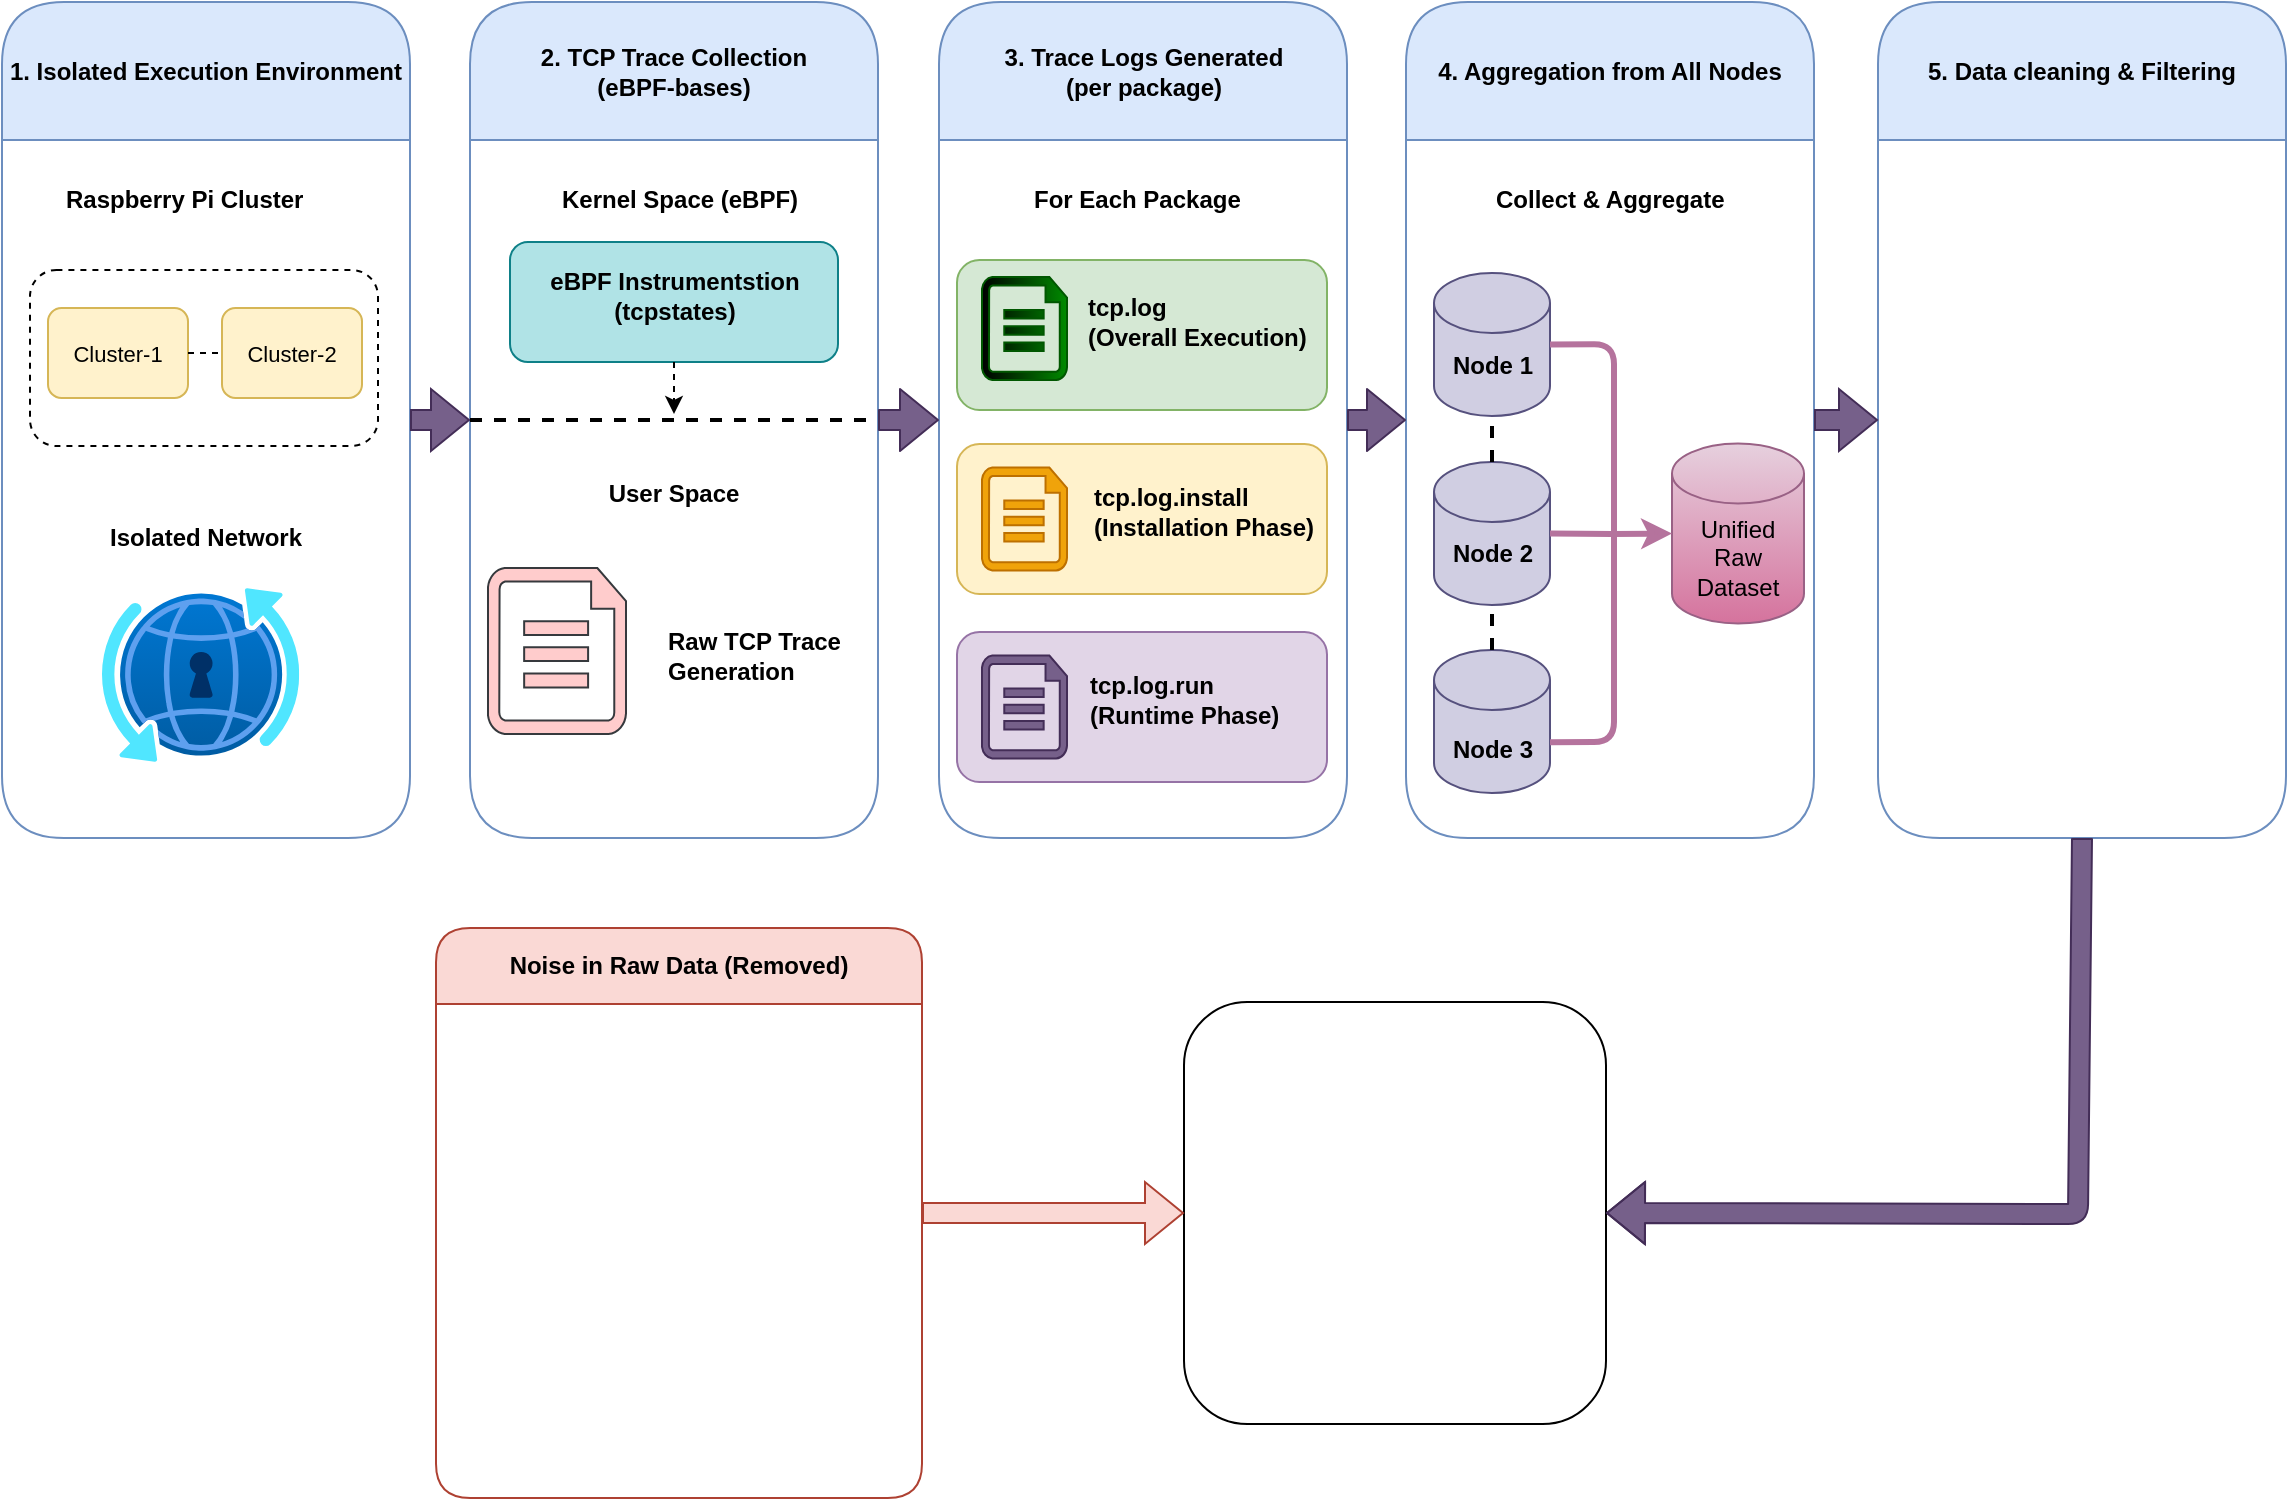
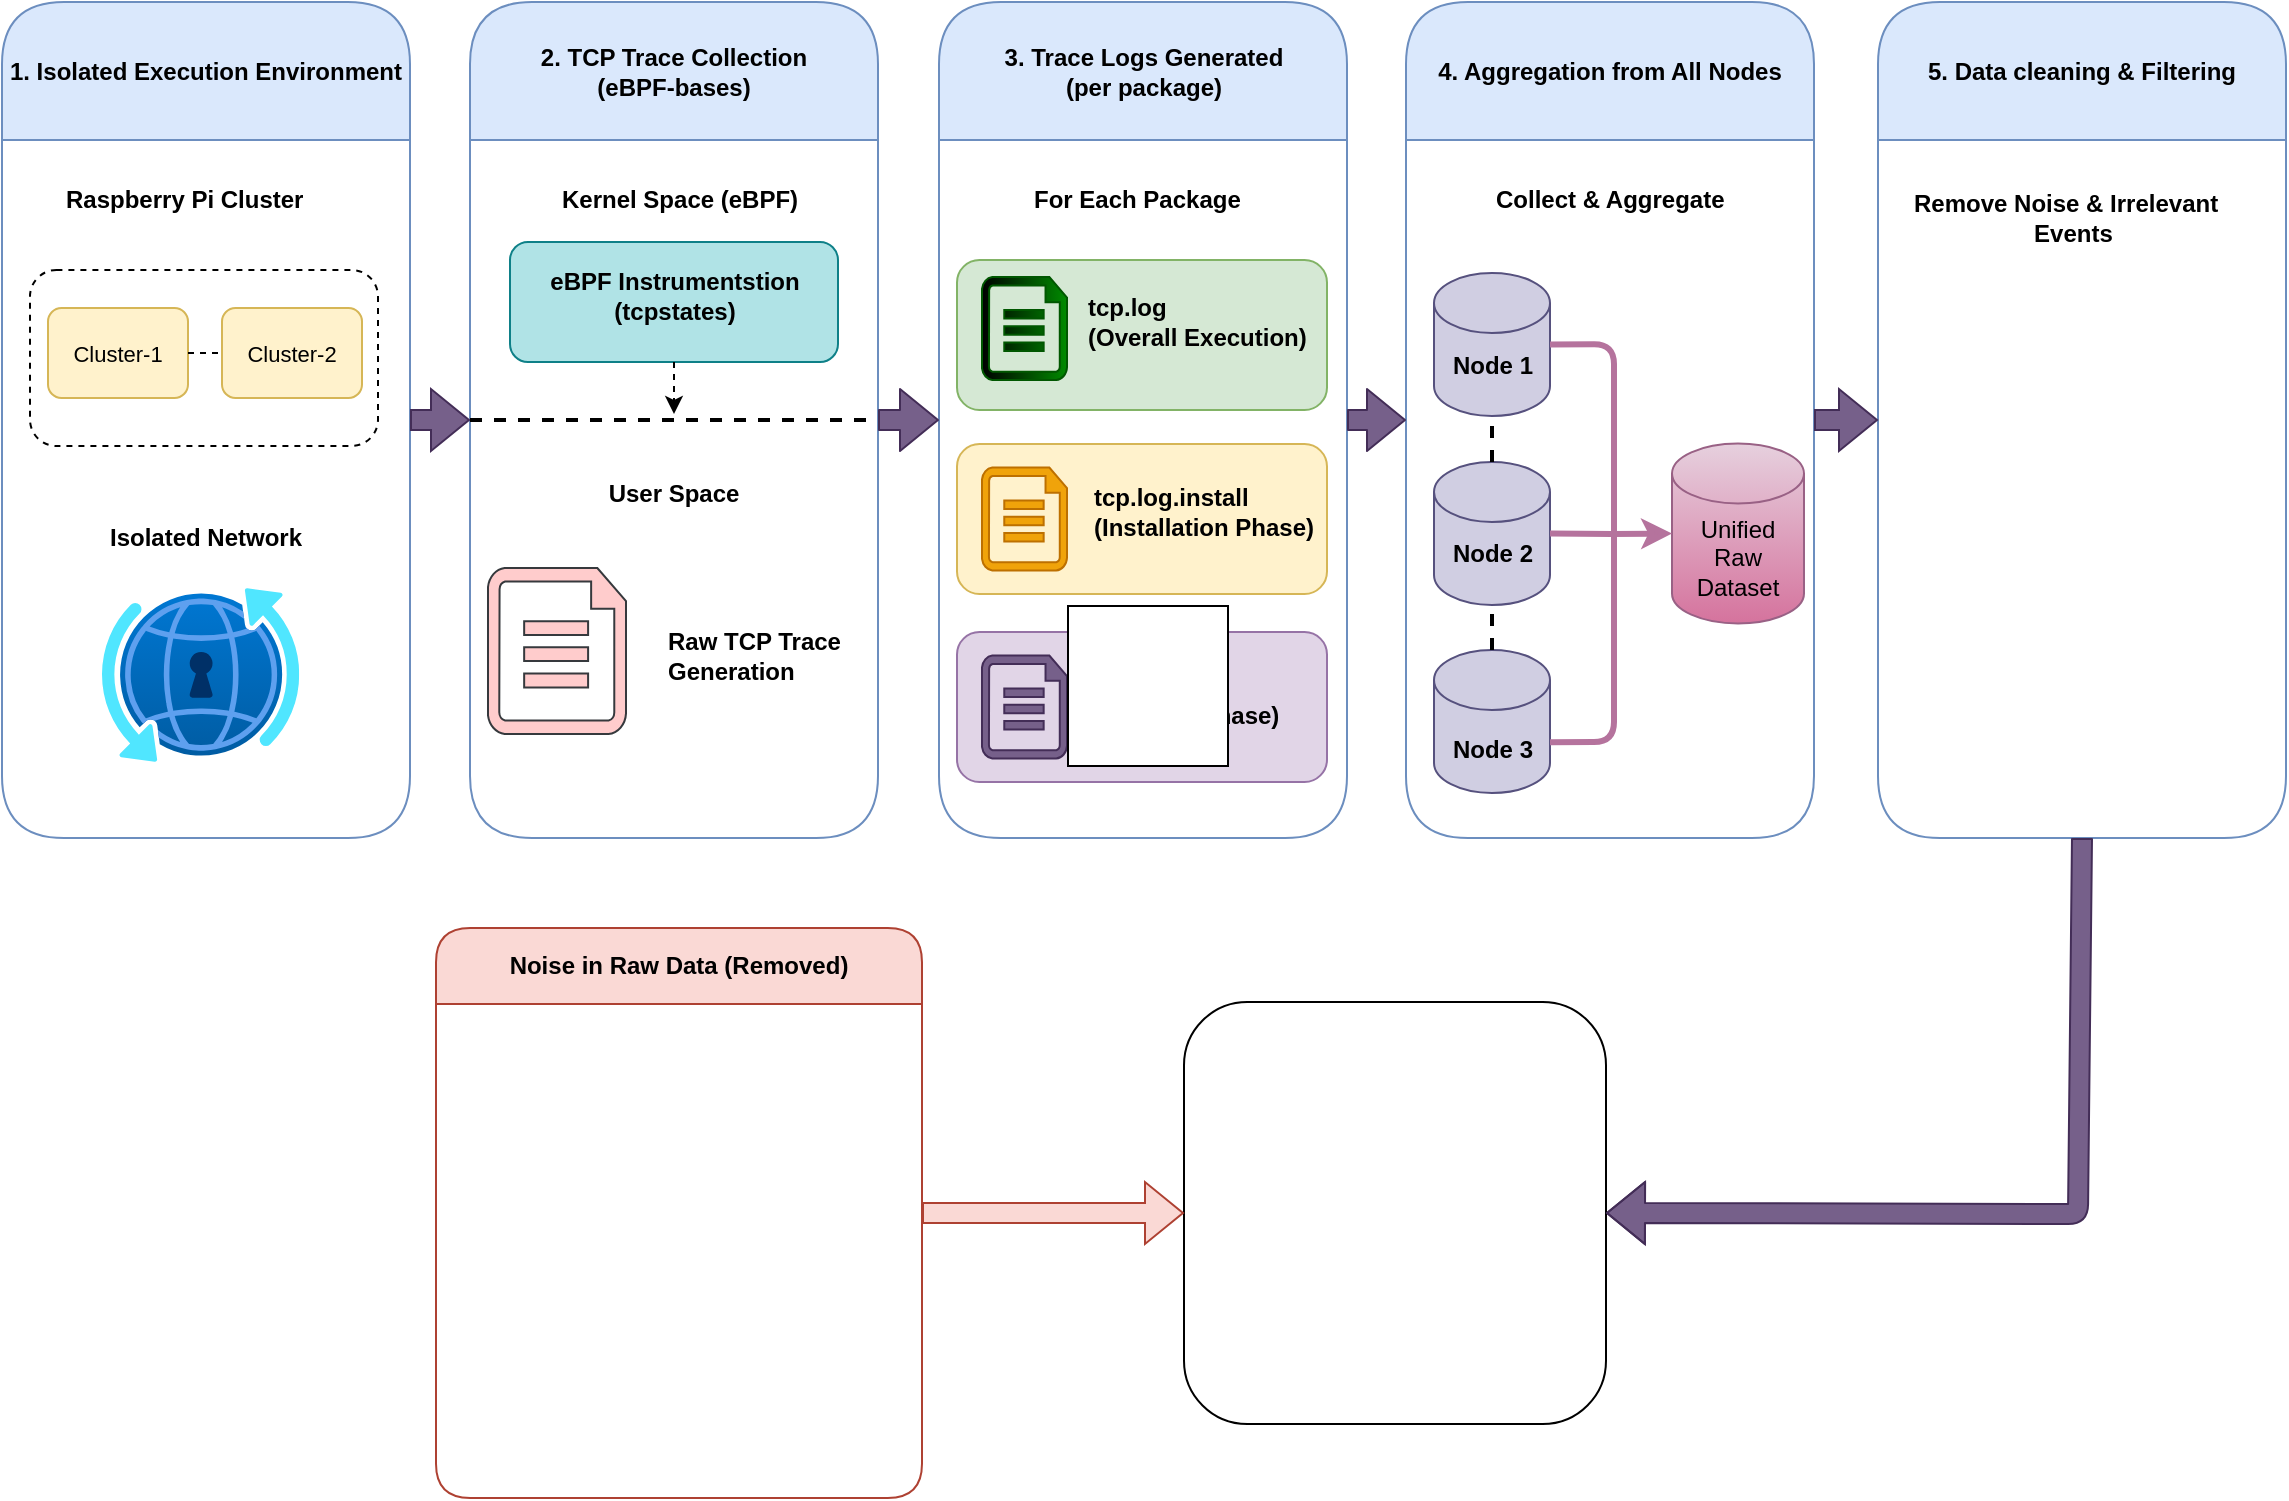
<mxfile host="app.diagrams.net">
  <diagram name="Page-1" id="8kyjSIY6fsYWo43MdOdE">
    <mxGraphModel dx="1406" dy="814" grid="0" gridSize="10" guides="1" tooltips="1" connect="1" arrows="1" fold="1" page="1" pageScale="1" pageWidth="1181" pageHeight="827" background="none" math="0" shadow="0">
      <root>
        <mxCell id="0" />
        <mxCell id="1" parent="0" />
        <mxCell id="yPxf8Ypyw46N0n0ri4En-1" parent="1" style="swimlane;whiteSpace=wrap;html=1;swimlaneFillColor=none;rounded=1;startSize=69;strokeColor=#6c8ebf;fillColor=#dae8fc;" value="1. Isolated Execution Environment" vertex="1">
          <mxGeometry height="418" width="204" x="20" y="29" as="geometry" />
        </mxCell>
        <mxCell id="9OX9V2n5WXdKuxMzRrJa-6" parent="yPxf8Ypyw46N0n0ri4En-1" style="text;strokeColor=none;fillColor=none;align=left;verticalAlign=middle;spacingLeft=4;spacingRight=4;overflow=hidden;points=[[0,0.5],[1,0.5]];portConstraint=eastwest;rotatable=0;whiteSpace=wrap;html=1;" value="&lt;b&gt;Raspberry Pi Cluster&lt;/b&gt;" vertex="1">
          <mxGeometry height="30" width="152" x="26" y="84" as="geometry" />
        </mxCell>
        <mxCell id="9OX9V2n5WXdKuxMzRrJa-7" parent="yPxf8Ypyw46N0n0ri4En-1" style="rounded=1;whiteSpace=wrap;html=1;dashed=1;" value="" vertex="1">
          <mxGeometry height="88" width="174" x="14" y="134" as="geometry" />
        </mxCell>
        <mxCell id="9OX9V2n5WXdKuxMzRrJa-8" parent="yPxf8Ypyw46N0n0ri4En-1" style="rounded=1;whiteSpace=wrap;html=1;fillColor=#fff2cc;strokeColor=#d6b656;" value="" vertex="1">
          <mxGeometry height="45" width="70" x="23" y="153" as="geometry" />
        </mxCell>
        <mxCell id="9OX9V2n5WXdKuxMzRrJa-9" parent="yPxf8Ypyw46N0n0ri4En-1" style="rounded=1;whiteSpace=wrap;html=1;fillColor=#fff2cc;strokeColor=#d6b656;" value="" vertex="1">
          <mxGeometry height="45" width="70" x="110" y="153" as="geometry" />
        </mxCell>
        <mxCell id="9OX9V2n5WXdKuxMzRrJa-10" parent="yPxf8Ypyw46N0n0ri4En-1" style="text;html=1;whiteSpace=wrap;strokeColor=none;fillColor=none;align=center;verticalAlign=middle;rounded=0;" value="&lt;font style=&quot;font-size: 11px;&quot;&gt;Cluster-1&lt;/font&gt;" vertex="1">
          <mxGeometry height="18.5" width="50" x="33" y="166.25" as="geometry" />
        </mxCell>
        <mxCell id="9OX9V2n5WXdKuxMzRrJa-11" parent="yPxf8Ypyw46N0n0ri4En-1" style="text;html=1;whiteSpace=wrap;strokeColor=none;fillColor=none;align=center;verticalAlign=middle;rounded=0;" value="&lt;font style=&quot;font-size: 11px;&quot;&gt;Cluster-2&lt;/font&gt;" vertex="1">
          <mxGeometry height="18.5" width="50" x="120" y="166.25" as="geometry" />
        </mxCell>
        <mxCell id="9OX9V2n5WXdKuxMzRrJa-12" edge="1" parent="yPxf8Ypyw46N0n0ri4En-1" source="9OX9V2n5WXdKuxMzRrJa-8" style="endArrow=none;html=1;rounded=0;exitX=1;exitY=0.5;exitDx=0;exitDy=0;entryX=0;entryY=0.5;entryDx=0;entryDy=0;dashed=1;" target="9OX9V2n5WXdKuxMzRrJa-9" value="">
          <mxGeometry height="50" relative="1" width="50" as="geometry">
            <mxPoint x="545" y="408" as="sourcePoint" />
            <mxPoint x="595" y="358" as="targetPoint" />
          </mxGeometry>
        </mxCell>
        <mxCell id="9OX9V2n5WXdKuxMzRrJa-14" parent="yPxf8Ypyw46N0n0ri4En-1" style="text;strokeColor=none;fillColor=none;align=left;verticalAlign=middle;spacingLeft=4;spacingRight=4;overflow=hidden;points=[[0,0.5],[1,0.5]];portConstraint=eastwest;rotatable=0;whiteSpace=wrap;html=1;" value="&lt;b&gt;Isolated Network&lt;/b&gt;" vertex="1">
          <mxGeometry height="30" width="109" x="47.5" y="253" as="geometry" />
        </mxCell>
        <mxCell id="9OX9V2n5WXdKuxMzRrJa-15" parent="yPxf8Ypyw46N0n0ri4En-1" style="image;aspect=fixed;html=1;points=[];align=center;fontSize=12;image=img/lib/azure2/networking/DNS_Private_Resolver.svg;" value="" vertex="1">
          <mxGeometry height="87" width="98.6" x="50" y="293" as="geometry" />
        </mxCell>
        <mxCell id="yPxf8Ypyw46N0n0ri4En-4" parent="1" style="swimlane;whiteSpace=wrap;html=1;swimlaneFillColor=none;rounded=1;startSize=69;strokeColor=#6c8ebf;fillColor=#dae8fc;" value="2. TCP Trace Collection&lt;div&gt;(eBPF-bases)&lt;/div&gt;" vertex="1">
          <mxGeometry height="418" width="204" x="254" y="29" as="geometry" />
        </mxCell>
        <mxCell id="9OX9V2n5WXdKuxMzRrJa-16" parent="yPxf8Ypyw46N0n0ri4En-4" style="text;strokeColor=none;fillColor=none;align=left;verticalAlign=middle;spacingLeft=4;spacingRight=4;overflow=hidden;points=[[0,0.5],[1,0.5]];portConstraint=eastwest;rotatable=0;whiteSpace=wrap;html=1;" value="&lt;b&gt;Kernel Space (eBPF)&lt;/b&gt;" vertex="1">
          <mxGeometry height="30" width="134" x="40" y="84" as="geometry" />
        </mxCell>
        <mxCell id="9OX9V2n5WXdKuxMzRrJa-20" parent="yPxf8Ypyw46N0n0ri4En-4" style="rounded=1;whiteSpace=wrap;html=1;fillColor=#b0e3e6;strokeColor=#0e8088;" value="" vertex="1">
          <mxGeometry height="60" width="164" x="20" y="120" as="geometry" />
        </mxCell>
        <mxCell id="9OX9V2n5WXdKuxMzRrJa-22" parent="yPxf8Ypyw46N0n0ri4En-4" style="text;html=1;whiteSpace=wrap;strokeColor=none;fillColor=none;align=center;verticalAlign=middle;rounded=0;" value="&lt;b&gt;eBPF Instrumentstion&lt;/b&gt;&lt;div&gt;&lt;b&gt;(tcpstates)&lt;/b&gt;&lt;/div&gt;" vertex="1">
          <mxGeometry height="35" width="133" x="35.5" y="129" as="geometry" />
        </mxCell>
        <mxCell id="9OX9V2n5WXdKuxMzRrJa-23" parent="yPxf8Ypyw46N0n0ri4En-4" style="text;html=1;whiteSpace=wrap;strokeColor=none;fillColor=none;align=center;verticalAlign=middle;rounded=0;" value="&lt;b&gt;User Space&lt;/b&gt;" vertex="1">
          <mxGeometry height="30" width="122" x="41" y="231" as="geometry" />
        </mxCell>
        <mxCell id="9OX9V2n5WXdKuxMzRrJa-24" parent="yPxf8Ypyw46N0n0ri4En-4" style="verticalLabelPosition=bottom;html=1;verticalAlign=top;align=center;shape=mxgraph.azure.cloud_services_configuration_file;pointerEvents=1;fillColor=#ffcccc;strokeColor=#36393d;" value="" vertex="1">
          <mxGeometry height="83" width="69" x="9" y="283" as="geometry" />
        </mxCell>
        <mxCell id="9OX9V2n5WXdKuxMzRrJa-26" parent="yPxf8Ypyw46N0n0ri4En-4" style="text;strokeColor=none;fillColor=none;align=left;verticalAlign=middle;spacingLeft=4;spacingRight=4;overflow=hidden;points=[[0,0.5],[1,0.5]];portConstraint=eastwest;rotatable=0;whiteSpace=wrap;html=1;" value="&lt;b&gt;Raw TCP Trace&lt;/b&gt;&lt;div&gt;&lt;b&gt;Generation&lt;/b&gt;&lt;/div&gt;" vertex="1">
          <mxGeometry height="74" width="99" x="93" y="290" as="geometry" />
        </mxCell>
        <mxCell id="yPxf8Ypyw46N0n0ri4En-5" parent="1" style="swimlane;whiteSpace=wrap;html=1;swimlaneFillColor=none;rounded=1;startSize=69;strokeColor=#6c8ebf;fillColor=#dae8fc;" value="3. Trace Logs Generated&lt;div&gt;(per package)&lt;/div&gt;" vertex="1">
          <mxGeometry height="418" width="204" x="488.5" y="29" as="geometry" />
        </mxCell>
        <mxCell id="9OX9V2n5WXdKuxMzRrJa-17" parent="yPxf8Ypyw46N0n0ri4En-5" style="text;strokeColor=none;fillColor=none;align=left;verticalAlign=middle;spacingLeft=4;spacingRight=4;overflow=hidden;points=[[0,0.5],[1,0.5]];portConstraint=eastwest;rotatable=0;whiteSpace=wrap;html=1;" value="&lt;b&gt;For Each Package&lt;/b&gt;" vertex="1">
          <mxGeometry height="30" width="121.5" x="41.5" y="84" as="geometry" />
        </mxCell>
        <mxCell id="9OX9V2n5WXdKuxMzRrJa-27" parent="yPxf8Ypyw46N0n0ri4En-5" style="rounded=1;whiteSpace=wrap;html=1;fillColor=#d5e8d4;strokeColor=#82b366;" value="" vertex="1">
          <mxGeometry height="75" width="185" x="9" y="129" as="geometry" />
        </mxCell>
        <mxCell id="9OX9V2n5WXdKuxMzRrJa-28" parent="yPxf8Ypyw46N0n0ri4En-5" style="rounded=1;whiteSpace=wrap;html=1;fillColor=#fff2cc;strokeColor=#d6b656;" value="" vertex="1">
          <mxGeometry height="75" width="185" x="9" y="221" as="geometry" />
        </mxCell>
        <mxCell id="9OX9V2n5WXdKuxMzRrJa-29" parent="yPxf8Ypyw46N0n0ri4En-5" style="rounded=1;whiteSpace=wrap;html=1;fillColor=#e1d5e7;strokeColor=#9673a6;" value="" vertex="1">
          <mxGeometry height="75" width="185" x="9" y="315" as="geometry" />
        </mxCell>
        <mxCell id="9OX9V2n5WXdKuxMzRrJa-31" parent="yPxf8Ypyw46N0n0ri4En-5" style="verticalLabelPosition=bottom;html=1;verticalAlign=top;align=center;strokeColor=#005700;fillColor=#008a00;shape=mxgraph.azure.cloud_services_configuration_file;pointerEvents=1;fontColor=#ffffff;shadow=0;gradientColor=default;gradientDirection=west;" value="" vertex="1">
          <mxGeometry height="51.5" width="42.5" x="21.5" y="137.5" as="geometry" />
        </mxCell>
        <mxCell id="9OX9V2n5WXdKuxMzRrJa-32" parent="yPxf8Ypyw46N0n0ri4En-5" style="verticalLabelPosition=bottom;html=1;verticalAlign=top;align=center;strokeColor=#BD7000;fillColor=#f0a30a;shape=mxgraph.azure.cloud_services_configuration_file;pointerEvents=1;fontColor=#000000;shadow=0;gradientDirection=west;" value="" vertex="1">
          <mxGeometry height="51.5" width="42.5" x="21.5" y="232.75" as="geometry" />
        </mxCell>
        <mxCell id="9OX9V2n5WXdKuxMzRrJa-33" parent="yPxf8Ypyw46N0n0ri4En-5" style="verticalLabelPosition=bottom;html=1;verticalAlign=top;align=center;strokeColor=#432D57;fillColor=#76608a;shape=mxgraph.azure.cloud_services_configuration_file;pointerEvents=1;fontColor=#ffffff;shadow=0;gradientDirection=west;" value="" vertex="1">
          <mxGeometry height="51.5" width="42.5" x="21.5" y="326.75" as="geometry" />
        </mxCell>
        <mxCell id="9OX9V2n5WXdKuxMzRrJa-34" parent="yPxf8Ypyw46N0n0ri4En-5" style="text;strokeColor=none;fillColor=none;align=left;verticalAlign=middle;spacingLeft=4;spacingRight=4;overflow=hidden;points=[[0,0.5],[1,0.5]];portConstraint=eastwest;rotatable=0;whiteSpace=wrap;html=1;" value="&lt;b&gt;tcp.log&lt;/b&gt;&lt;div&gt;&lt;b&gt;(Overall Execution)&lt;/b&gt;&lt;/div&gt;" vertex="1">
          <mxGeometry height="44" width="122" x="68" y="137.5" as="geometry" />
        </mxCell>
        <mxCell id="9OX9V2n5WXdKuxMzRrJa-35" parent="yPxf8Ypyw46N0n0ri4En-5" style="text;strokeColor=none;fillColor=none;align=left;verticalAlign=middle;spacingLeft=4;spacingRight=4;overflow=hidden;points=[[0,0.5],[1,0.5]];portConstraint=eastwest;rotatable=0;whiteSpace=wrap;html=1;" value="&lt;b&gt;tcp.log.install&lt;/b&gt;&lt;div&gt;&lt;b&gt;(Installation Phase)&lt;/b&gt;&lt;/div&gt;" vertex="1">
          <mxGeometry height="44" width="121" x="71" y="232.75" as="geometry" />
        </mxCell>
        <mxCell id="9OX9V2n5WXdKuxMzRrJa-36" parent="yPxf8Ypyw46N0n0ri4En-5" style="text;strokeColor=none;fillColor=none;align=left;verticalAlign=middle;spacingLeft=4;spacingRight=4;overflow=hidden;points=[[0,0.5],[1,0.5]];portConstraint=eastwest;rotatable=0;whiteSpace=wrap;html=1;" value="&lt;b&gt;tcp.log.run&lt;/b&gt;&lt;div&gt;&lt;b&gt;(Runtime Phase)&lt;/b&gt;&lt;/div&gt;" vertex="1">
          <mxGeometry height="44" width="119" x="69" y="326.75" as="geometry" />
        </mxCell>
        <mxCell id="yPxf8Ypyw46N0n0ri4En-6" parent="1" style="swimlane;whiteSpace=wrap;html=1;swimlaneFillColor=none;rounded=1;startSize=69;strokeColor=#6c8ebf;fillColor=#dae8fc;" value="4. Aggregation from All Nodes" vertex="1">
          <mxGeometry height="418" width="204" x="722" y="29" as="geometry" />
        </mxCell>
        <mxCell id="9OX9V2n5WXdKuxMzRrJa-37" parent="yPxf8Ypyw46N0n0ri4En-6" style="text;strokeColor=none;fillColor=none;align=left;verticalAlign=middle;spacingLeft=4;spacingRight=4;overflow=hidden;points=[[0,0.5],[1,0.5]];portConstraint=eastwest;rotatable=0;whiteSpace=wrap;html=1;" value="&lt;b&gt;Collect &amp;amp; Aggregate&lt;/b&gt;" vertex="1">
          <mxGeometry height="30" width="125.75" x="39.13" y="84" as="geometry" />
        </mxCell>
        <mxCell id="9OX9V2n5WXdKuxMzRrJa-38" parent="yPxf8Ypyw46N0n0ri4En-6" style="shape=cylinder3;whiteSpace=wrap;html=1;boundedLbl=1;backgroundOutline=1;size=15;fillColor=#d0cee2;strokeColor=#56517e;" value="" vertex="1">
          <mxGeometry height="71.5" width="58" x="14" y="135.5" as="geometry" />
        </mxCell>
        <mxCell id="9OX9V2n5WXdKuxMzRrJa-44" parent="yPxf8Ypyw46N0n0ri4En-6" style="shape=cylinder3;whiteSpace=wrap;html=1;boundedLbl=1;backgroundOutline=1;size=15;fillColor=#d0cee2;strokeColor=#56517e;" value="" vertex="1">
          <mxGeometry height="71.5" width="58" x="14" y="230" as="geometry" />
        </mxCell>
        <mxCell id="9OX9V2n5WXdKuxMzRrJa-45" parent="yPxf8Ypyw46N0n0ri4En-6" style="shape=cylinder3;whiteSpace=wrap;html=1;boundedLbl=1;backgroundOutline=1;size=15;fillColor=#d0cee2;strokeColor=#56517e;" value="" vertex="1">
          <mxGeometry height="71.5" width="58" x="14" y="324" as="geometry" />
        </mxCell>
        <mxCell id="9OX9V2n5WXdKuxMzRrJa-46" edge="1" parent="yPxf8Ypyw46N0n0ri4En-6" source="9OX9V2n5WXdKuxMzRrJa-44" style="endArrow=none;html=1;rounded=0;entryX=0.5;entryY=1;entryDx=0;entryDy=0;entryPerimeter=0;exitX=0.5;exitY=0;exitDx=0;exitDy=0;exitPerimeter=0;dashed=1;strokeWidth=2;" target="9OX9V2n5WXdKuxMzRrJa-38" value="">
          <mxGeometry height="50" relative="1" width="50" as="geometry">
            <mxPoint x="-154" y="387" as="sourcePoint" />
            <mxPoint x="-104" y="337" as="targetPoint" />
          </mxGeometry>
        </mxCell>
        <mxCell id="9OX9V2n5WXdKuxMzRrJa-47" edge="1" parent="yPxf8Ypyw46N0n0ri4En-6" source="9OX9V2n5WXdKuxMzRrJa-45" style="endArrow=none;html=1;rounded=0;entryX=0.5;entryY=1;entryDx=0;entryDy=0;entryPerimeter=0;exitX=0.5;exitY=0;exitDx=0;exitDy=0;exitPerimeter=0;dashed=1;strokeWidth=2;" target="9OX9V2n5WXdKuxMzRrJa-44" value="">
          <mxGeometry height="50" relative="1" width="50" as="geometry">
            <mxPoint x="-154" y="387" as="sourcePoint" />
            <mxPoint x="-104" y="337" as="targetPoint" />
          </mxGeometry>
        </mxCell>
        <mxCell id="9OX9V2n5WXdKuxMzRrJa-48" parent="yPxf8Ypyw46N0n0ri4En-6" style="shape=cylinder3;whiteSpace=wrap;html=1;boundedLbl=1;backgroundOutline=1;size=15;fillColor=#e6d0de;strokeColor=#996185;gradientColor=#d5739d;" value="" vertex="1">
          <mxGeometry height="90" width="66" x="133" y="220.75" as="geometry" />
        </mxCell>
        <mxCell id="9OX9V2n5WXdKuxMzRrJa-49" edge="1" parent="yPxf8Ypyw46N0n0ri4En-6" source="9OX9V2n5WXdKuxMzRrJa-45" style="endArrow=none;html=1;rounded=1;entryX=1;entryY=0.5;entryDx=0;entryDy=0;entryPerimeter=0;exitX=1;exitY=0;exitDx=0;exitDy=46.125;exitPerimeter=0;strokeWidth=3;curved=0;strokeColor=#B5739D;" target="9OX9V2n5WXdKuxMzRrJa-38" value="">
          <mxGeometry height="50" relative="1" width="50" as="geometry">
            <Array as="points">
              <mxPoint x="104" y="370" />
              <mxPoint x="104" y="171" />
            </Array>
            <mxPoint x="-154" y="387" as="sourcePoint" />
            <mxPoint x="-104" y="337" as="targetPoint" />
          </mxGeometry>
        </mxCell>
        <mxCell id="9OX9V2n5WXdKuxMzRrJa-54" edge="1" parent="yPxf8Ypyw46N0n0ri4En-6" source="9OX9V2n5WXdKuxMzRrJa-44" style="endArrow=none;html=1;rounded=0;exitX=1;exitY=0.5;exitDx=0;exitDy=0;exitPerimeter=0;strokeWidth=3;strokeColor=#B5739D;" value="">
          <mxGeometry height="50" relative="1" width="50" as="geometry">
            <mxPoint x="-154" y="389" as="sourcePoint" />
            <mxPoint x="103" y="266" as="targetPoint" />
          </mxGeometry>
        </mxCell>
        <mxCell id="9OX9V2n5WXdKuxMzRrJa-56" parent="yPxf8Ypyw46N0n0ri4En-6" style="text;html=1;whiteSpace=wrap;strokeColor=none;fillColor=none;align=center;verticalAlign=middle;rounded=0;" value="&lt;b&gt;Node 1&lt;/b&gt;" vertex="1">
          <mxGeometry height="24.5" width="47" x="19.5" y="170" as="geometry" />
        </mxCell>
        <mxCell id="9OX9V2n5WXdKuxMzRrJa-57" parent="yPxf8Ypyw46N0n0ri4En-6" style="text;html=1;whiteSpace=wrap;strokeColor=none;fillColor=none;align=center;verticalAlign=middle;rounded=0;" value="&lt;b&gt;Node 2&lt;/b&gt;" vertex="1">
          <mxGeometry height="24.5" width="47" x="19.5" y="264" as="geometry" />
        </mxCell>
        <mxCell id="9OX9V2n5WXdKuxMzRrJa-58" parent="yPxf8Ypyw46N0n0ri4En-6" style="text;html=1;whiteSpace=wrap;strokeColor=none;fillColor=none;align=center;verticalAlign=middle;rounded=0;" value="&lt;b&gt;Node 3&lt;/b&gt;" vertex="1">
          <mxGeometry height="24.5" width="47" x="19.5" y="362" as="geometry" />
        </mxCell>
        <mxCell id="9OX9V2n5WXdKuxMzRrJa-59" parent="yPxf8Ypyw46N0n0ri4En-6" style="text;html=1;whiteSpace=wrap;strokeColor=none;fillColor=none;align=center;verticalAlign=middle;rounded=0;" value="Unified&lt;div&gt;Raw Dataset&lt;/div&gt;" vertex="1">
          <mxGeometry height="47.25" width="52" x="140" y="254.25" as="geometry" />
        </mxCell>
        <mxCell id="yPxf8Ypyw46N0n0ri4En-7" parent="1" style="swimlane;whiteSpace=wrap;html=1;swimlaneFillColor=none;rounded=1;startSize=69;strokeColor=#6c8ebf;fillColor=#dae8fc;" value="5. Data cleaning &amp;amp; Filtering" vertex="1">
          <mxGeometry height="418" width="204" x="958" y="29" as="geometry" />
        </mxCell>
+         <mxCell id="9OX9V2n5WXdKuxMzRrJa-60" parent="yPxf8Ypyw46N0n0ri4En-7" style="text;strokeColor=none;fillColor=none;align=left;verticalAlign=middle;spacingLeft=4;spacingRight=4;overflow=hidden;points=[[0,0.5],[1,0.5]];portConstraint=eastwest;rotatable=0;whiteSpace=wrap;html=1;" value="&lt;b&gt;Remove Noise &amp;amp; Irrelevant&amp;nbsp; &amp;nbsp; &amp;nbsp; &amp;nbsp; &amp;nbsp; &amp;nbsp; &amp;nbsp; &amp;nbsp; &amp;nbsp; &amp;nbsp; &amp;nbsp; &amp;nbsp; Events&lt;/b&gt;" vertex="1">
+           <mxGeometry height="48" width="180" x="12" y="84" as="geometry" />
+         </mxCell>
        <mxCell id="yPxf8Ypyw46N0n0ri4En-8" parent="1" style="whiteSpace=wrap;html=1;aspect=fixed;rounded=1;strokeWidth=1;" value="" vertex="1">
          <mxGeometry height="211" width="211" x="611" y="529" as="geometry" />
        </mxCell>
        <mxCell id="yPxf8Ypyw46N0n0ri4En-9" edge="1" parent="1" source="yPxf8Ypyw46N0n0ri4En-7" style="endArrow=classic;html=1;rounded=1;exitX=0.5;exitY=1;exitDx=0;exitDy=0;entryX=1;entryY=0.5;entryDx=0;entryDy=0;shape=flexArrow;strokeWidth=1;strokeColor=#432D57;fillColor=#76608a;" target="yPxf8Ypyw46N0n0ri4En-8" value="">
          <mxGeometry height="50" relative="1" width="50" as="geometry">
            <Array as="points">
              <mxPoint x="1058" y="635" />
            </Array>
            <mxPoint x="567" y="544" as="sourcePoint" />
            <mxPoint x="617" y="494" as="targetPoint" />
          </mxGeometry>
        </mxCell>
        <mxCell id="yPxf8Ypyw46N0n0ri4En-10" edge="1" parent="1" source="yPxf8Ypyw46N0n0ri4En-4" style="endArrow=classic;html=1;rounded=1;exitX=1;exitY=0.5;exitDx=0;exitDy=0;entryX=0;entryY=0.5;entryDx=0;entryDy=0;shape=flexArrow;fillColor=#76608a;strokeColor=#432D57;" target="yPxf8Ypyw46N0n0ri4En-5" value="">
          <mxGeometry height="50" relative="1" width="50" as="geometry">
            <mxPoint x="567" y="444" as="sourcePoint" />
            <mxPoint x="617" y="394" as="targetPoint" />
          </mxGeometry>
        </mxCell>
        <mxCell id="9OX9V2n5WXdKuxMzRrJa-1" edge="1" parent="1" source="yPxf8Ypyw46N0n0ri4En-5" style="endArrow=classic;html=1;rounded=1;exitX=1;exitY=0.5;exitDx=0;exitDy=0;entryX=0;entryY=0.5;entryDx=0;entryDy=0;shape=flexArrow;fillColor=#76608a;strokeColor=#432D57;" target="yPxf8Ypyw46N0n0ri4En-6" value="">
          <mxGeometry height="50" relative="1" width="50" as="geometry">
            <mxPoint x="565" y="444" as="sourcePoint" />
            <mxPoint x="615" y="394" as="targetPoint" />
          </mxGeometry>
        </mxCell>
        <mxCell id="9OX9V2n5WXdKuxMzRrJa-2" edge="1" parent="1" source="yPxf8Ypyw46N0n0ri4En-6" style="endArrow=classic;html=1;rounded=0;exitX=1;exitY=0.5;exitDx=0;exitDy=0;entryX=0;entryY=0.5;entryDx=0;entryDy=0;shape=flexArrow;fillColor=#76608a;strokeColor=#432D57;" target="yPxf8Ypyw46N0n0ri4En-7" value="">
          <mxGeometry height="50" relative="1" width="50" as="geometry">
            <mxPoint x="565" y="444" as="sourcePoint" />
            <mxPoint x="615" y="394" as="targetPoint" />
          </mxGeometry>
        </mxCell>
        <mxCell id="9OX9V2n5WXdKuxMzRrJa-3" edge="1" parent="1" source="yPxf8Ypyw46N0n0ri4En-1" style="endArrow=classic;html=1;rounded=0;exitX=1;exitY=0.5;exitDx=0;exitDy=0;entryX=0;entryY=0.5;entryDx=0;entryDy=0;shape=flexArrow;fillColor=#76608a;strokeColor=#432D57;" target="yPxf8Ypyw46N0n0ri4En-4" value="">
          <mxGeometry height="50" relative="1" width="50" as="geometry">
            <mxPoint x="565" y="444" as="sourcePoint" />
            <mxPoint x="615" y="394" as="targetPoint" />
          </mxGeometry>
        </mxCell>
        <mxCell id="9OX9V2n5WXdKuxMzRrJa-4" parent="1" style="swimlane;whiteSpace=wrap;html=1;startSize=38;rounded=1;fillColor=#fad9d5;strokeColor=#ae4132;" value="Noise in Raw Data (Removed)" vertex="1">
          <mxGeometry height="285" width="243" x="237" y="492" as="geometry" />
        </mxCell>
        <mxCell id="9OX9V2n5WXdKuxMzRrJa-5" edge="1" parent="1" source="9OX9V2n5WXdKuxMzRrJa-4" style="endArrow=classic;html=1;rounded=0;exitX=1;exitY=0.5;exitDx=0;exitDy=0;entryX=0;entryY=0.5;entryDx=0;entryDy=0;shape=flexArrow;fillColor=#fad9d5;strokeColor=#ae4132;" target="yPxf8Ypyw46N0n0ri4En-8" value="">
          <mxGeometry height="50" relative="1" width="50" as="geometry">
            <mxPoint x="565" y="437" as="sourcePoint" />
            <mxPoint x="615" y="387" as="targetPoint" />
          </mxGeometry>
        </mxCell>
        <mxCell id="9OX9V2n5WXdKuxMzRrJa-19" edge="1" parent="1" source="yPxf8Ypyw46N0n0ri4En-4" style="endArrow=none;dashed=1;html=1;rounded=0;exitX=0;exitY=0.5;exitDx=0;exitDy=0;entryX=1;entryY=0.5;entryDx=0;entryDy=0;strokeWidth=2;" target="yPxf8Ypyw46N0n0ri4En-4" value="">
          <mxGeometry height="50" relative="1" width="50" as="geometry">
            <mxPoint x="565" y="430" as="sourcePoint" />
            <mxPoint x="460" y="240" as="targetPoint" />
          </mxGeometry>
        </mxCell>
        <mxCell id="9OX9V2n5WXdKuxMzRrJa-21" edge="1" parent="1" source="9OX9V2n5WXdKuxMzRrJa-20" style="endArrow=classic;html=1;rounded=0;exitX=0.5;exitY=1;exitDx=0;exitDy=0;dashed=1;" value="">
          <mxGeometry height="50" relative="1" width="50" as="geometry">
            <mxPoint x="565" y="430" as="sourcePoint" />
            <mxPoint x="356" y="235" as="targetPoint" />
          </mxGeometry>
        </mxCell>
        <mxCell id="9OX9V2n5WXdKuxMzRrJa-55" edge="1" parent="1" style="endArrow=classic;html=1;rounded=0;entryX=0;entryY=0.5;entryDx=0;entryDy=0;entryPerimeter=0;strokeColor=#B5739D;strokeWidth=3;" target="9OX9V2n5WXdKuxMzRrJa-48" value="">
          <mxGeometry height="50" relative="1" width="50" as="geometry">
            <mxPoint x="825" y="295" as="sourcePoint" />
            <mxPoint x="618" y="368" as="targetPoint" />
          </mxGeometry>
        </mxCell>
+         <mxCell id="9OX9V2n5WXdKuxMzRrJa-61" parent="1" style="whiteSpace=wrap;html=1;aspect=fixed;" value="" vertex="1">
+           <mxGeometry height="80" width="80" x="553" y="331" as="geometry" />
+         </mxCell>
      </root>
    </mxGraphModel>
  </diagram>
</mxfile>
